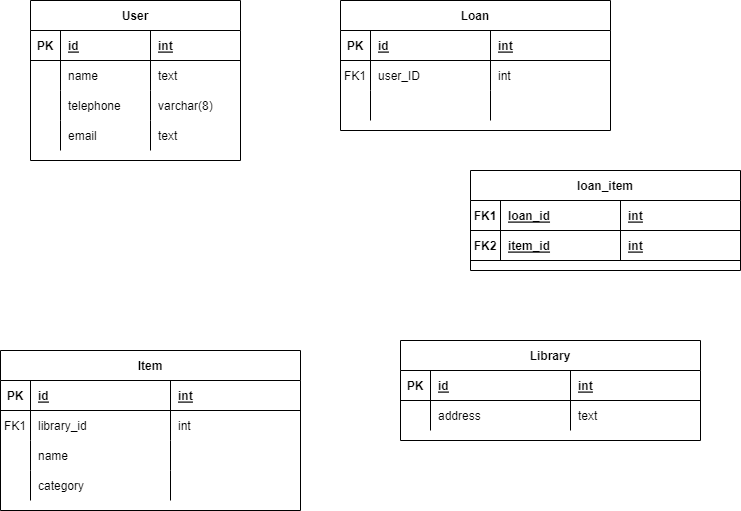
The draw.io diagram ERD-UniLibrary.png in boolean-uk/java-data-modelling, before a commit. Source tidied: cells renumbered, new cells last; positions are measured from the earlier drawing's top-left corner, leaving out a move shared by most shapes.
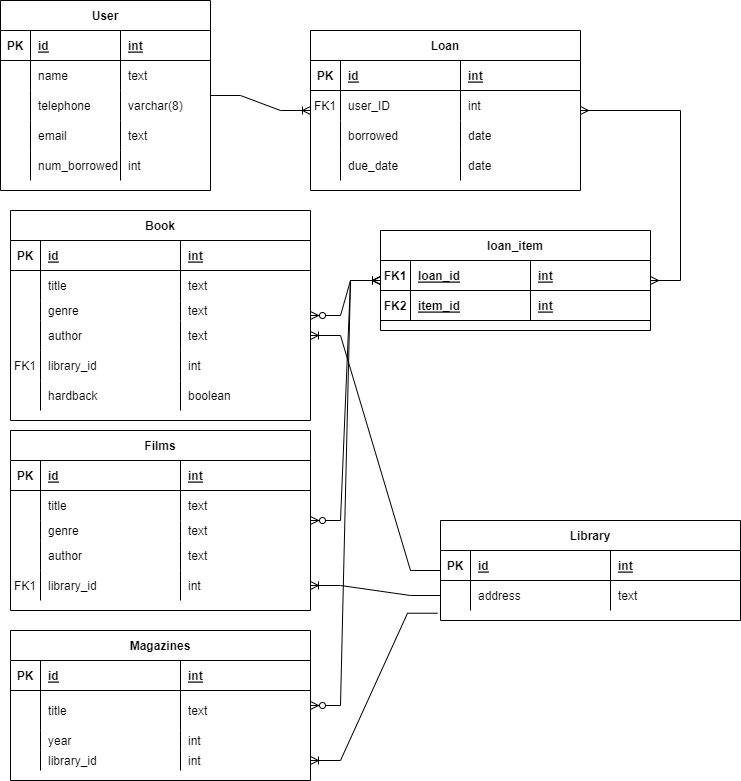
After the commit.

What changed in the source:
```diff
@@ -3,7 +3,7 @@
     <mxCell id="0" />
     <mxCell id="1" parent="0" />
     <mxCell id="2" value="Loan" style="shape=table;startSize=30;rowLines=0;fontStyle=1;align=center;" parent="1" vertex="1">
-      <mxGeometry x="340" width="270" height="130" as="geometry" />
+      <mxGeometry x="340" width="270" height="160" as="geometry" />
     </mxCell>
     <mxCell id="3" style="shape=partialRectangle;fillColor=none;top=0;left=0;right=0;bottom=1;" parent="2" vertex="1">
       <mxGeometry y="30" width="270" height="30" as="geometry" />
@@ -35,14 +35,26 @@
     <mxCell id="12" style="shape=partialRectangle;overflow=hidden;fillColor=none;top=0;left=0;bottom=0;right=0;" parent="11" vertex="1">
       <mxGeometry width="30" height="30" as="geometry" />
     </mxCell>
-    <mxCell id="13" style="shape=partialRectangle;overflow=hidden;fillColor=none;top=0;left=0;bottom=0;right=0;align=left;spacingLeft=6;" parent="11" vertex="1">
+    <mxCell id="13" value="borrowed" style="shape=partialRectangle;overflow=hidden;fillColor=none;top=0;left=0;bottom=0;right=0;align=left;spacingLeft=6;" parent="11" vertex="1">
       <mxGeometry x="30" width="120" height="30" as="geometry" />
     </mxCell>
-    <mxCell id="14" style="shape=partialRectangle;overflow=hidden;fillColor=none;top=0;left=0;bottom=0;right=0;align=left;spacingLeft=6;" parent="11" vertex="1">
+    <mxCell id="14" value="date" style="shape=partialRectangle;overflow=hidden;fillColor=none;top=0;left=0;bottom=0;right=0;align=left;spacingLeft=6;" parent="11" vertex="1">
       <mxGeometry x="150" width="120" height="30" as="geometry" />
     </mxCell>
+    <mxCell id="67" style="shape=partialRectangle;fillColor=none;top=0;left=0;right=0;bottom=0;" parent="2" vertex="1">
+      <mxGeometry y="120" width="270" height="30" as="geometry" />
+    </mxCell>
+    <mxCell id="68" style="shape=partialRectangle;overflow=hidden;fillColor=none;top=0;left=0;bottom=0;right=0;" parent="67" vertex="1">
+      <mxGeometry width="30" height="30" as="geometry" />
+    </mxCell>
+    <mxCell id="69" value="due_date" style="shape=partialRectangle;overflow=hidden;fillColor=none;top=0;left=0;bottom=0;right=0;align=left;spacingLeft=6;" parent="67" vertex="1">
+      <mxGeometry x="30" width="120" height="30" as="geometry" />
+    </mxCell>
+    <mxCell id="70" value="date" style="shape=partialRectangle;overflow=hidden;fillColor=none;top=0;left=0;bottom=0;right=0;align=left;spacingLeft=6;" parent="67" vertex="1">
+      <mxGeometry x="150" width="120" height="30" as="geometry" />
+    </mxCell>
-    <mxCell id="15" value="Item" style="shape=table;startSize=30;rowLines=0;fontStyle=1;align=center;" parent="1" vertex="1">
-      <mxGeometry y="350" width="300" height="160" as="geometry" />
+    <mxCell id="15" value="Book" style="shape=table;startSize=30;rowLines=0;fontStyle=1;align=center;" parent="1" vertex="1">
+      <mxGeometry x="40" y="180" width="300" height="210" as="geometry" />
     </mxCell>
     <mxCell id="16" style="shape=partialRectangle;fillColor=none;top=0;left=0;right=0;bottom=1;" parent="15" vertex="1">
       <mxGeometry y="30" width="300" height="30" as="geometry" />
@@ -59,41 +71,65 @@
     <mxCell id="20" style="shape=partialRectangle;fillColor=none;top=0;left=0;right=0;bottom=0;" parent="15" vertex="1">
       <mxGeometry y="60" width="300" height="30" as="geometry" />
     </mxCell>
-    <mxCell id="21" value="FK1" style="shape=partialRectangle;overflow=hidden;fillColor=none;top=0;left=0;bottom=0;right=0;" parent="20" vertex="1">
+    <mxCell id="21" style="shape=partialRectangle;overflow=hidden;fillColor=none;top=0;left=0;bottom=0;right=0;" parent="20" vertex="1">
       <mxGeometry width="30" height="30" as="geometry" />
     </mxCell>
-    <mxCell id="22" value="library_id" style="shape=partialRectangle;overflow=hidden;fillColor=none;top=0;left=0;bottom=0;right=0;align=left;spacingLeft=6;" parent="20" vertex="1">
+    <mxCell id="22" value="title" style="shape=partialRectangle;overflow=hidden;fillColor=none;top=0;left=0;bottom=0;right=0;align=left;spacingLeft=6;" parent="20" vertex="1">
       <mxGeometry x="30" width="140" height="30" as="geometry" />
     </mxCell>
-    <mxCell id="23" value="int" style="shape=partialRectangle;overflow=hidden;fillColor=none;top=0;left=0;bottom=0;right=0;align=left;spacingLeft=6;" parent="20" vertex="1">
+    <mxCell id="23" value="text" style="shape=partialRectangle;overflow=hidden;fillColor=none;top=0;left=0;bottom=0;right=0;align=left;spacingLeft=6;" parent="20" vertex="1">
       <mxGeometry x="170" width="130" height="30" as="geometry" />
     </mxCell>
     <mxCell id="24" style="shape=partialRectangle;fillColor=none;top=0;left=0;right=0;bottom=0;" parent="15" vertex="1">
-      <mxGeometry y="90" width="300" height="30" as="geometry" />
+      <mxGeometry y="90" width="300" height="20" as="geometry" />
     </mxCell>
     <mxCell id="25" style="shape=partialRectangle;overflow=hidden;fillColor=none;top=0;left=0;bottom=0;right=0;" parent="24" vertex="1">
-      <mxGeometry width="30" height="30" as="geometry" />
+      <mxGeometry width="30" height="20" as="geometry" />
     </mxCell>
-    <mxCell id="26" value="name" style="shape=partialRectangle;overflow=hidden;fillColor=none;top=0;left=0;bottom=0;right=0;align=left;spacingLeft=6;" parent="24" vertex="1">
-      <mxGeometry x="30" width="140" height="30" as="geometry" />
+    <mxCell id="26" value="genre" style="shape=partialRectangle;overflow=hidden;fillColor=none;top=0;left=0;bottom=0;right=0;align=left;spacingLeft=6;" parent="24" vertex="1">
+      <mxGeometry x="30" width="140" height="20" as="geometry" />
     </mxCell>
-    <mxCell id="27" style="shape=partialRectangle;overflow=hidden;fillColor=none;top=0;left=0;bottom=0;right=0;align=left;spacingLeft=6;" parent="24" vertex="1">
-      <mxGeometry x="170" width="130" height="30" as="geometry" />
+    <mxCell id="27" value="text" style="shape=partialRectangle;overflow=hidden;fillColor=none;top=0;left=0;bottom=0;right=0;align=left;spacingLeft=6;" parent="24" vertex="1">
+      <mxGeometry x="170" width="130" height="20" as="geometry" />
     </mxCell>
     <mxCell id="28" style="shape=partialRectangle;fillColor=none;points=[[0,0.5],[1,0.5]];portConstraint=eastwest;top=0;left=0;right=0;bottom=0;" parent="15" vertex="1">
-      <mxGeometry y="120" width="300" height="30" as="geometry" />
+      <mxGeometry y="110" width="300" height="30" as="geometry" />
     </mxCell>
     <mxCell id="29" style="shape=partialRectangle;overflow=hidden;fillColor=none;top=0;left=0;bottom=0;right=0;" parent="28" vertex="1">
       <mxGeometry width="30" height="30" as="geometry" />
     </mxCell>
-    <mxCell id="30" value="category" style="shape=partialRectangle;overflow=hidden;fillColor=none;top=0;left=0;bottom=0;right=0;align=left;spacingLeft=6;" parent="28" vertex="1">
+    <mxCell id="30" value="author" style="shape=partialRectangle;overflow=hidden;fillColor=none;top=0;left=0;bottom=0;right=0;align=left;spacingLeft=6;" parent="28" vertex="1">
       <mxGeometry x="30" width="140" height="30" as="geometry" />
     </mxCell>
-    <mxCell id="31" style="shape=partialRectangle;overflow=hidden;fillColor=none;top=0;left=0;bottom=0;right=0;align=left;spacingLeft=6;" parent="28" vertex="1">
+    <mxCell id="31" value="text" style="shape=partialRectangle;overflow=hidden;fillColor=none;top=0;left=0;bottom=0;right=0;align=left;spacingLeft=6;" parent="28" vertex="1">
       <mxGeometry x="170" width="130" height="30" as="geometry" />
     </mxCell>
+    <mxCell id="71" style="shape=partialRectangle;fillColor=none;top=0;left=0;right=0;bottom=0;" parent="15" vertex="1">
+      <mxGeometry y="140" width="300" height="30" as="geometry" />
+    </mxCell>
+    <mxCell id="72" value="FK1" style="shape=partialRectangle;overflow=hidden;fillColor=none;top=0;left=0;bottom=0;right=0;" parent="71" vertex="1">
+      <mxGeometry width="30" height="30" as="geometry" />
+    </mxCell>
+    <mxCell id="73" value="library_id" style="shape=partialRectangle;overflow=hidden;fillColor=none;top=0;left=0;bottom=0;right=0;align=left;spacingLeft=6;" parent="71" vertex="1">
+      <mxGeometry x="30" width="140" height="30" as="geometry" />
+    </mxCell>
+    <mxCell id="74" value="int" style="shape=partialRectangle;overflow=hidden;fillColor=none;top=0;left=0;bottom=0;right=0;align=left;spacingLeft=6;" parent="71" vertex="1">
+      <mxGeometry x="170" width="130" height="30" as="geometry" />
+    </mxCell>
+    <mxCell id="75" style="shape=partialRectangle;fillColor=none;top=0;left=0;right=0;bottom=0;" parent="15" vertex="1">
+      <mxGeometry y="170" width="300" height="30" as="geometry" />
+    </mxCell>
+    <mxCell id="76" style="shape=partialRectangle;overflow=hidden;fillColor=none;top=0;left=0;bottom=0;right=0;" parent="75" vertex="1">
+      <mxGeometry width="30" height="30" as="geometry" />
+    </mxCell>
+    <mxCell id="77" value="hardback" style="shape=partialRectangle;overflow=hidden;fillColor=none;top=0;left=0;bottom=0;right=0;align=left;spacingLeft=6;" parent="75" vertex="1">
+      <mxGeometry x="30" width="140" height="30" as="geometry" />
+    </mxCell>
+    <mxCell id="78" value="boolean" style="shape=partialRectangle;overflow=hidden;fillColor=none;top=0;left=0;bottom=0;right=0;align=left;spacingLeft=6;" parent="75" vertex="1">
+      <mxGeometry x="170" width="130" height="30" as="geometry" />
+    </mxCell>
     <mxCell id="32" value="User" style="shape=table;startSize=30;rowLines=0;fontStyle=1;align=center;" parent="1" vertex="1">
-      <mxGeometry x="30" width="210" height="160" as="geometry" />
+      <mxGeometry x="30" y="-30" width="210" height="190" as="geometry" />
     </mxCell>
     <mxCell id="33" style="shape=partialRectangle;fillColor=none;top=0;left=0;right=0;bottom=1;" parent="32" vertex="1">
       <mxGeometry y="30" width="210" height="30" as="geometry" />
@@ -143,8 +179,20 @@
     <mxCell id="48" value="text" style="shape=partialRectangle;overflow=hidden;fillColor=none;top=0;left=0;bottom=0;right=0;align=left;spacingLeft=6;" parent="45" vertex="1">
       <mxGeometry x="120" width="90" height="30" as="geometry" />
     </mxCell>
+    <mxCell id="79" style="shape=partialRectangle;fillColor=none;top=0;left=0;right=0;bottom=0;" parent="32" vertex="1">
+      <mxGeometry y="150" width="210" height="30" as="geometry" />
+    </mxCell>
+    <mxCell id="80" style="shape=partialRectangle;overflow=hidden;fillColor=none;top=0;left=0;bottom=0;right=0;" parent="79" vertex="1">
+      <mxGeometry width="30" height="30" as="geometry" />
+    </mxCell>
+    <mxCell id="81" value="num_borrowed" style="shape=partialRectangle;overflow=hidden;fillColor=none;top=0;left=0;bottom=0;right=0;align=left;spacingLeft=6;" parent="79" vertex="1">
+      <mxGeometry x="30" width="90" height="30" as="geometry" />
+    </mxCell>
+    <mxCell id="82" value="int" style="shape=partialRectangle;overflow=hidden;fillColor=none;top=0;left=0;bottom=0;right=0;align=left;spacingLeft=6;" parent="79" vertex="1">
+      <mxGeometry x="120" width="90" height="30" as="geometry" />
+    </mxCell>
     <mxCell id="49" value="loan_item" style="shape=table;startSize=30;rowLines=0;fontStyle=1;align=center;" parent="1" vertex="1">
-      <mxGeometry x="470" y="170" width="270" height="100" as="geometry" />
+      <mxGeometry x="410" y="200" width="270" height="100" as="geometry" />
     </mxCell>
     <mxCell id="50" style="shape=partialRectangle;fillColor=none;top=0;left=0;right=0;bottom=1;" parent="49" vertex="1">
       <mxGeometry y="30" width="270" height="30" as="geometry" />
@@ -171,7 +219,7 @@
       <mxGeometry x="150" width="120" height="30" as="geometry" />
     </mxCell>
     <mxCell id="58" value="Library" style="shape=table;startSize=30;rowLines=0;fontStyle=1;align=center;" parent="1" vertex="1">
-      <mxGeometry x="400" y="340" width="300" height="100" as="geometry" />
+      <mxGeometry x="470" y="490" width="300" height="100" as="geometry" />
     </mxCell>
     <mxCell id="59" style="shape=partialRectangle;fillColor=none;top=0;left=0;right=0;bottom=1;" parent="58" vertex="1">
       <mxGeometry y="30" width="300" height="30" as="geometry" />
@@ -197,5 +245,143 @@
     <mxCell id="66" value="text" style="shape=partialRectangle;overflow=hidden;fillColor=none;top=0;left=0;bottom=0;right=0;align=left;spacingLeft=6;" parent="63" vertex="1">
       <mxGeometry x="170" width="130" height="30" as="geometry" />
     </mxCell>
+    <mxCell id="83" value="Films" style="shape=table;startSize=30;rowLines=0;fontStyle=1;align=center;" parent="1" vertex="1">
+      <mxGeometry x="40" y="400" width="300" height="180" as="geometry" />
+    </mxCell>
+    <mxCell id="84" style="shape=partialRectangle;fillColor=none;top=0;left=0;right=0;bottom=1;" parent="83" vertex="1">
+      <mxGeometry y="30" width="300" height="30" as="geometry" />
+    </mxCell>
+    <mxCell id="85" value="PK" style="shape=partialRectangle;overflow=hidden;fillColor=none;top=0;left=0;bottom=0;right=0;fontStyle=1;" parent="84" vertex="1">
+      <mxGeometry width="30" height="30" as="geometry" />
+    </mxCell>
+    <mxCell id="86" value="id" style="shape=partialRectangle;overflow=hidden;fillColor=none;top=0;left=0;bottom=0;right=0;align=left;spacingLeft=6;fontStyle=5;" parent="84" vertex="1">
+      <mxGeometry x="30" width="140" height="30" as="geometry" />
+    </mxCell>
+    <mxCell id="87" value="int" style="shape=partialRectangle;overflow=hidden;fillColor=none;top=0;left=0;bottom=0;right=0;align=left;spacingLeft=6;fontStyle=5;" parent="84" vertex="1">
+      <mxGeometry x="170" width="130" height="30" as="geometry" />
+    </mxCell>
+    <mxCell id="88" style="shape=partialRectangle;fillColor=none;top=0;left=0;right=0;bottom=0;" parent="83" vertex="1">
+      <mxGeometry y="60" width="300" height="30" as="geometry" />
+    </mxCell>
+    <mxCell id="89" style="shape=partialRectangle;overflow=hidden;fillColor=none;top=0;left=0;bottom=0;right=0;" parent="88" vertex="1">
+      <mxGeometry width="30" height="30" as="geometry" />
+    </mxCell>
+    <mxCell id="90" value="title" style="shape=partialRectangle;overflow=hidden;fillColor=none;top=0;left=0;bottom=0;right=0;align=left;spacingLeft=6;" parent="88" vertex="1">
+      <mxGeometry x="30" width="140" height="30" as="geometry" />
+    </mxCell>
+    <mxCell id="91" value="text" style="shape=partialRectangle;overflow=hidden;fillColor=none;top=0;left=0;bottom=0;right=0;align=left;spacingLeft=6;" parent="88" vertex="1">
+      <mxGeometry x="170" width="130" height="30" as="geometry" />
+    </mxCell>
+    <mxCell id="92" style="shape=partialRectangle;fillColor=none;top=0;left=0;right=0;bottom=0;" parent="83" vertex="1">
+      <mxGeometry y="90" width="300" height="20" as="geometry" />
+    </mxCell>
+    <mxCell id="93" style="shape=partialRectangle;overflow=hidden;fillColor=none;top=0;left=0;bottom=0;right=0;" parent="92" vertex="1">
+      <mxGeometry width="30" height="20" as="geometry" />
+    </mxCell>
+    <mxCell id="94" value="genre" style="shape=partialRectangle;overflow=hidden;fillColor=none;top=0;left=0;bottom=0;right=0;align=left;spacingLeft=6;" parent="92" vertex="1">
+      <mxGeometry x="30" width="140" height="20" as="geometry" />
+    </mxCell>
+    <mxCell id="95" value="text" style="shape=partialRectangle;overflow=hidden;fillColor=none;top=0;left=0;bottom=0;right=0;align=left;spacingLeft=6;" parent="92" vertex="1">
+      <mxGeometry x="170" width="130" height="20" as="geometry" />
+    </mxCell>
+    <mxCell id="96" style="shape=partialRectangle;fillColor=none;top=0;left=0;right=0;bottom=0;" parent="83" vertex="1">
+      <mxGeometry y="110" width="300" height="30" as="geometry" />
+    </mxCell>
+    <mxCell id="97" style="shape=partialRectangle;overflow=hidden;fillColor=none;top=0;left=0;bottom=0;right=0;" parent="96" vertex="1">
+      <mxGeometry width="30" height="30" as="geometry" />
+    </mxCell>
+    <mxCell id="98" value="author" style="shape=partialRectangle;overflow=hidden;fillColor=none;top=0;left=0;bottom=0;right=0;align=left;spacingLeft=6;" parent="96" vertex="1">
+      <mxGeometry x="30" width="140" height="30" as="geometry" />
+    </mxCell>
+    <mxCell id="99" value="text" style="shape=partialRectangle;overflow=hidden;fillColor=none;top=0;left=0;bottom=0;right=0;align=left;spacingLeft=6;" parent="96" vertex="1">
+      <mxGeometry x="170" width="130" height="30" as="geometry" />
+    </mxCell>
+    <mxCell id="100" style="shape=partialRectangle;fillColor=none;points=[[0,0.5],[1,0.5]];portConstraint=eastwest;top=0;left=0;right=0;bottom=0;" parent="83" vertex="1">
+      <mxGeometry y="140" width="300" height="30" as="geometry" />
+    </mxCell>
+    <mxCell id="101" value="FK1" style="shape=partialRectangle;overflow=hidden;fillColor=none;top=0;left=0;bottom=0;right=0;" parent="100" vertex="1">
+      <mxGeometry width="30" height="30" as="geometry" />
+    </mxCell>
+    <mxCell id="102" value="library_id" style="shape=partialRectangle;overflow=hidden;fillColor=none;top=0;left=0;bottom=0;right=0;align=left;spacingLeft=6;" parent="100" vertex="1">
+      <mxGeometry x="30" width="140" height="30" as="geometry" />
+    </mxCell>
+    <mxCell id="103" value="int" style="shape=partialRectangle;overflow=hidden;fillColor=none;top=0;left=0;bottom=0;right=0;align=left;spacingLeft=6;" parent="100" vertex="1">
+      <mxGeometry x="170" width="130" height="30" as="geometry" />
+    </mxCell>
+    <mxCell id="104" value="Magazines" style="shape=table;startSize=30;rowLines=0;fontStyle=1;align=center;" parent="1" vertex="1">
+      <mxGeometry x="40" y="600" width="300" height="150" as="geometry" />
+    </mxCell>
+    <mxCell id="105" style="shape=partialRectangle;fillColor=none;top=0;left=0;right=0;bottom=1;" parent="104" vertex="1">
+      <mxGeometry y="30" width="300" height="30" as="geometry" />
+    </mxCell>
+    <mxCell id="106" value="PK" style="shape=partialRectangle;overflow=hidden;fillColor=none;top=0;left=0;bottom=0;right=0;fontStyle=1;" parent="105" vertex="1">
+      <mxGeometry width="30" height="30" as="geometry" />
+    </mxCell>
+    <mxCell id="107" value="id" style="shape=partialRectangle;overflow=hidden;fillColor=none;top=0;left=0;bottom=0;right=0;align=left;spacingLeft=6;fontStyle=5;" parent="105" vertex="1">
+      <mxGeometry x="30" width="140" height="30" as="geometry" />
+    </mxCell>
+    <mxCell id="108" value="int" style="shape=partialRectangle;overflow=hidden;fillColor=none;top=0;left=0;bottom=0;right=0;align=left;spacingLeft=6;fontStyle=5;" parent="105" vertex="1">
+      <mxGeometry x="170" width="130" height="30" as="geometry" />
+    </mxCell>
+    <mxCell id="109" style="shape=partialRectangle;fillColor=none;top=0;left=0;right=0;bottom=0;" parent="104" vertex="1">
+      <mxGeometry y="60" width="300" height="40" as="geometry" />
+    </mxCell>
+    <mxCell id="110" style="shape=partialRectangle;overflow=hidden;fillColor=none;top=0;left=0;bottom=0;right=0;" parent="109" vertex="1">
+      <mxGeometry width="30" height="40" as="geometry" />
+    </mxCell>
+    <mxCell id="111" value="title" style="shape=partialRectangle;overflow=hidden;fillColor=none;top=0;left=0;bottom=0;right=0;align=left;spacingLeft=6;" parent="109" vertex="1">
+      <mxGeometry x="30" width="140" height="40" as="geometry" />
+    </mxCell>
+    <mxCell id="112" value="text" style="shape=partialRectangle;overflow=hidden;fillColor=none;top=0;left=0;bottom=0;right=0;align=left;spacingLeft=6;" parent="109" vertex="1">
+      <mxGeometry x="170" width="130" height="40" as="geometry" />
+    </mxCell>
+    <mxCell id="113" style="shape=partialRectangle;fillColor=none;top=0;left=0;right=0;bottom=0;" parent="104" vertex="1">
+      <mxGeometry y="100" width="300" height="20" as="geometry" />
+    </mxCell>
+    <mxCell id="114" style="shape=partialRectangle;overflow=hidden;fillColor=none;top=0;left=0;bottom=0;right=0;" parent="113" vertex="1">
+      <mxGeometry width="30" height="20" as="geometry" />
+    </mxCell>
+    <mxCell id="115" value="year" style="shape=partialRectangle;overflow=hidden;fillColor=none;top=0;left=0;bottom=0;right=0;align=left;spacingLeft=6;" parent="113" vertex="1">
+      <mxGeometry x="30" width="140" height="20" as="geometry" />
+    </mxCell>
+    <mxCell id="116" value="int" style="shape=partialRectangle;overflow=hidden;fillColor=none;top=0;left=0;bottom=0;right=0;align=left;spacingLeft=6;" parent="113" vertex="1">
+      <mxGeometry x="170" width="130" height="20" as="geometry" />
+    </mxCell>
+    <mxCell id="117" style="shape=partialRectangle;fillColor=none;points=[[0,0.5],[1,0.5]];portConstraint=eastwest;top=0;left=0;right=0;bottom=0;" parent="104" vertex="1">
+      <mxGeometry y="120" width="300" height="20" as="geometry" />
+    </mxCell>
+    <mxCell id="118" style="shape=partialRectangle;overflow=hidden;fillColor=none;top=0;left=0;bottom=0;right=0;" parent="117" vertex="1">
+      <mxGeometry width="30" height="20" as="geometry" />
+    </mxCell>
+    <mxCell id="119" value="library_id" style="shape=partialRectangle;overflow=hidden;fillColor=none;top=0;left=0;bottom=0;right=0;align=left;spacingLeft=6;" parent="117" vertex="1">
+      <mxGeometry x="30" width="140" height="20" as="geometry" />
+    </mxCell>
+    <mxCell id="120" value="int" style="shape=partialRectangle;overflow=hidden;fillColor=none;top=0;left=0;bottom=0;right=0;align=left;spacingLeft=6;" parent="117" vertex="1">
+      <mxGeometry x="170" width="130" height="20" as="geometry" />
+    </mxCell>
+    <mxCell id="121" style="edgeStyle=entityRelationEdgeStyle;fontSize=12;html=1;endArrow=ERoneToMany;rounded=0;" parent="1" edge="1" source="32" target="2">
+      <mxGeometry relative="1" as="geometry" />
+    </mxCell>
+    <mxCell id="122" style="edgeStyle=entityRelationEdgeStyle;fontSize=12;html=1;endArrow=ERmany;startArrow=ERmany;rounded=0;" parent="1" edge="1" source="49" target="2">
+      <mxGeometry relative="1" as="geometry" />
+    </mxCell>
+    <mxCell id="123" style="edgeStyle=entityRelationEdgeStyle;fontSize=12;html=1;endArrow=ERoneToMany;startArrow=ERzeroToMany;rounded=0;" parent="1" edge="1" source="15" target="49">
+      <mxGeometry relative="1" as="geometry" />
+    </mxCell>
+    <mxCell id="124" style="edgeStyle=entityRelationEdgeStyle;fontSize=12;html=1;endArrow=ERoneToMany;startArrow=ERzeroToMany;rounded=0;" parent="1" edge="1" source="83" target="49">
+      <mxGeometry relative="1" as="geometry" />
+    </mxCell>
+    <mxCell id="125" style="edgeStyle=entityRelationEdgeStyle;fontSize=12;html=1;endArrow=ERoneToMany;startArrow=ERzeroToMany;rounded=0;" parent="1" edge="1" source="104" target="49">
+      <mxGeometry relative="1" as="geometry" />
+    </mxCell>
+    <mxCell id="126" style="edgeStyle=entityRelationEdgeStyle;fontSize=12;html=1;endArrow=ERoneToMany;rounded=0;" parent="1" edge="1" source="58" target="28">
+      <mxGeometry relative="1" as="geometry" />
+    </mxCell>
+    <mxCell id="127" style="edgeStyle=entityRelationEdgeStyle;fontSize=12;html=1;endArrow=ERoneToMany;rounded=0;" parent="1" edge="1" source="63" target="100">
+      <mxGeometry relative="1" as="geometry" />
+    </mxCell>
+    <mxCell id="128" style="edgeStyle=entityRelationEdgeStyle;fontSize=12;html=1;endArrow=ERoneToMany;rounded=0;entryX=1;entryY=0.5;entryDx=0;entryDy=0;exitX=-0.01;exitY=1.091;exitDx=0;exitDy=0;exitPerimeter=0;" parent="1" edge="1" source="63" target="117">
+      <mxGeometry relative="1" as="geometry" />
+    </mxCell>
   </root>
 </mxGraphModel>
```
